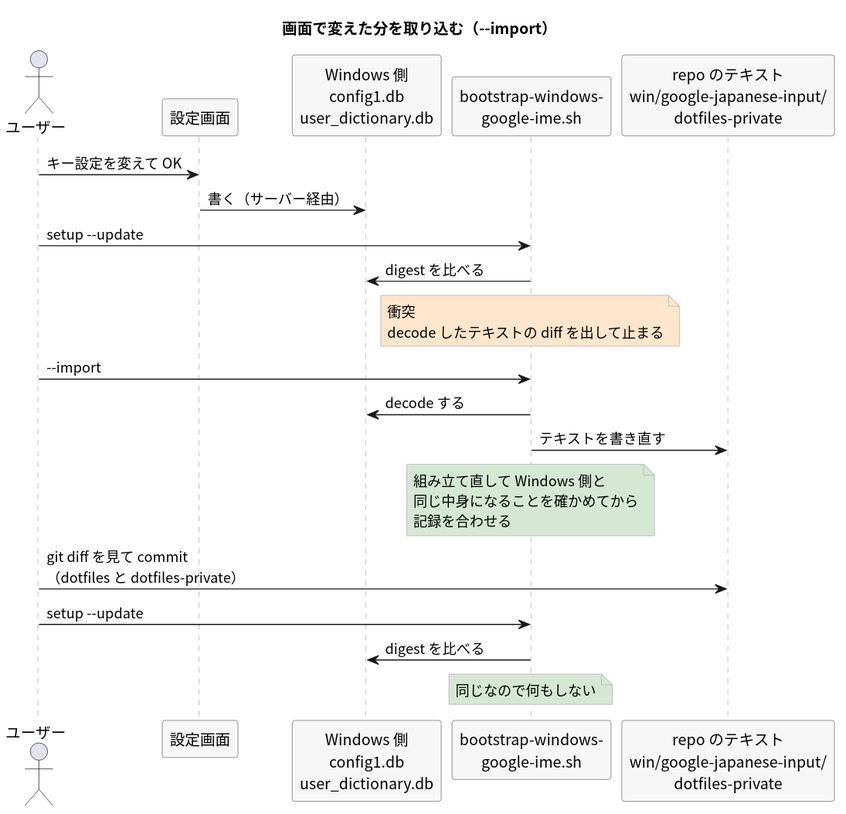
Above: docs/adr/015_win_google_ime_powertoys_20261011T234247JST/plantuml/out/04_import.svg in pollenjp/dotfiles (PlantUML), before the change. Its diagram source:
```plantuml
@startuml
skinparam backgroundColor #FFFFFF
skinparam defaultFontName "Noto Sans CJK JP"
skinparam shadowing false
skinparam sequence {
  ParticipantBorderColor #666666
  ParticipantBackgroundColor #F7F7F7
  LifeLineBorderColor #AAAAAA
}
skinparam note {
  BorderColor #AAAAAA
}

title 画面で変えた分を取り込む（--import）

actor "ユーザー" as U
participant "設定画面" as G
participant "Windows 側\nconfig1.db\nuser_dictionary.db" as F
participant "bootstrap-windows-\ngoogle-ime.sh" as B
participant "repo のテキスト\nwin/google-japanese-input/\ndotfiles-private" as T

U -> G : キー設定を変えて OK
G -> F : 書く（サーバー経由）
U -> B : setup --update
B -> F : digest を比べる
note over B #FFE6CC : 衝突\ndecode したテキストの diff を出して止まる
U -> B : --import
B -> F : decode する
B -> T : テキストを書き直す
note over B #D5E8D4 : 組み立て直して Windows 側と\n同じ中身になることを確かめてから\n記録を合わせる
U -> T : git diff を見て commit\n（dotfiles と dotfiles-private）
U -> B : setup --update
B -> F : digest を比べる
note over B #D5E8D4 : 同じなので何もしない
@enduml
```
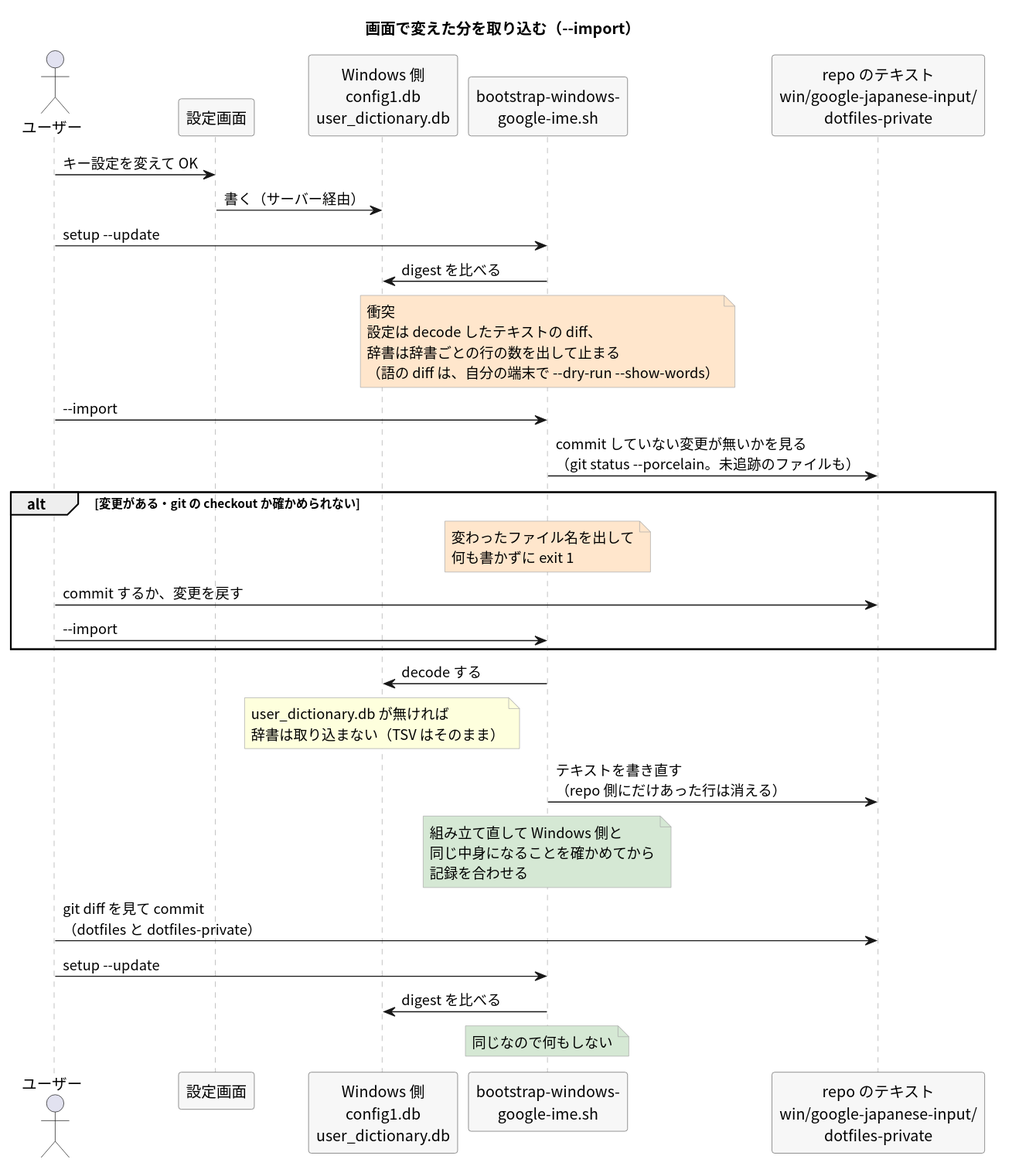
After the commit.

What changed in the source:
```diff
@@ -23,10 +23,17 @@
 G -> F : 書く（サーバー経由）
 U -> B : setup --update
 B -> F : digest を比べる
-note over B #FFE6CC : 衝突\ndecode したテキストの diff を出して止まる
+note over B #FFE6CC : 衝突\n設定は decode したテキストの diff、\n辞書は辞書ごとの行の数を出して止まる\n（語の diff は、自分の端末で ~--dry-run ~--show-words）
 U -> B : --import
+B -> T : commit していない変更が無いかを見る\n（git status --porcelain。未追跡のファイルも）
+alt 変更がある・git の checkout か確かめられない
+  note over B #FFE6CC : 変わったファイル名を出して\n何も書かずに exit 1
+  U -> T : commit するか、変更を戻す
+  U -> B : --import
+end
 B -> F : decode する
-B -> T : テキストを書き直す
+note over F : user_dictionary.db が無ければ\n辞書は取り込まない（TSV はそのまま）
+B -> T : テキストを書き直す\n（repo 側にだけあった行は消える）
 note over B #D5E8D4 : 組み立て直して Windows 側と\n同じ中身になることを確かめてから\n記録を合わせる
 U -> T : git diff を見て commit\n（dotfiles と dotfiles-private）
 U -> B : setup --update
```
